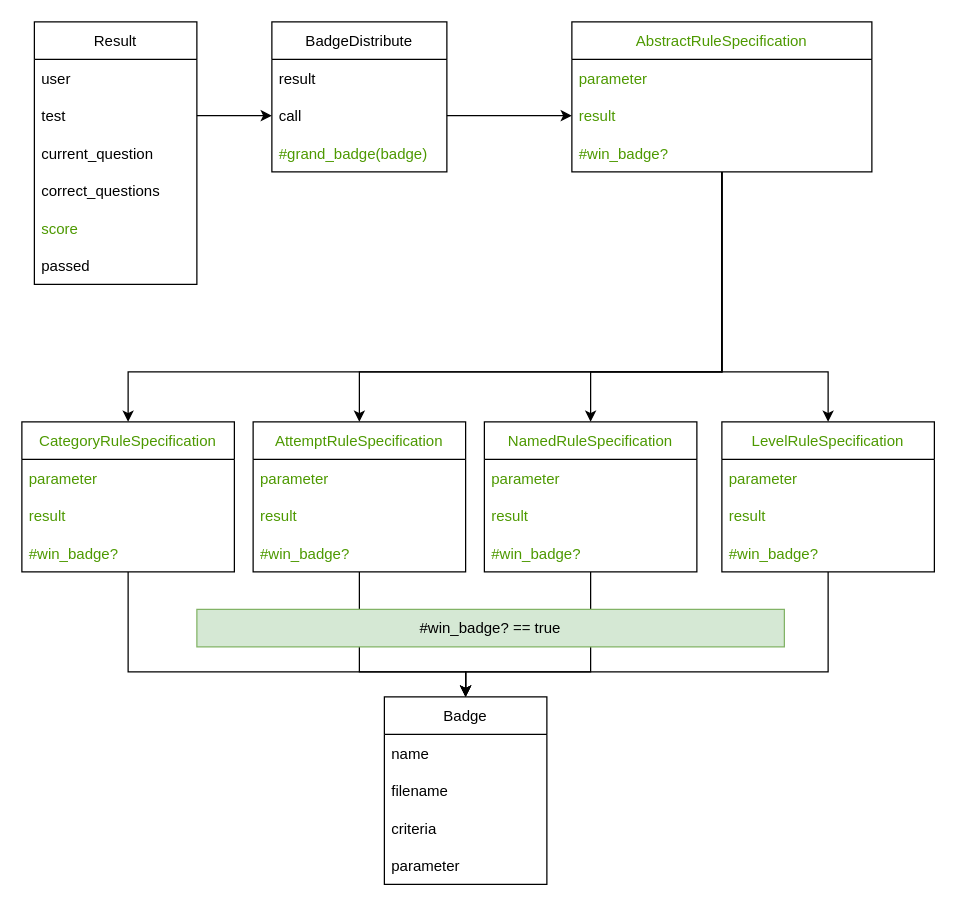
Earlier version of the draw.io diagram Lesson_18.drawio (DaniyarKulmanov/TestGuru-). Source tidied: cells renumbered, new cells numbered last; positions are measured from the earlier drawing's top-left corner, leaving out a move shared by most shapes. Both pictures are drawn from the tidied source at 125%, with x=0, y=0 at pixel (21, 21).
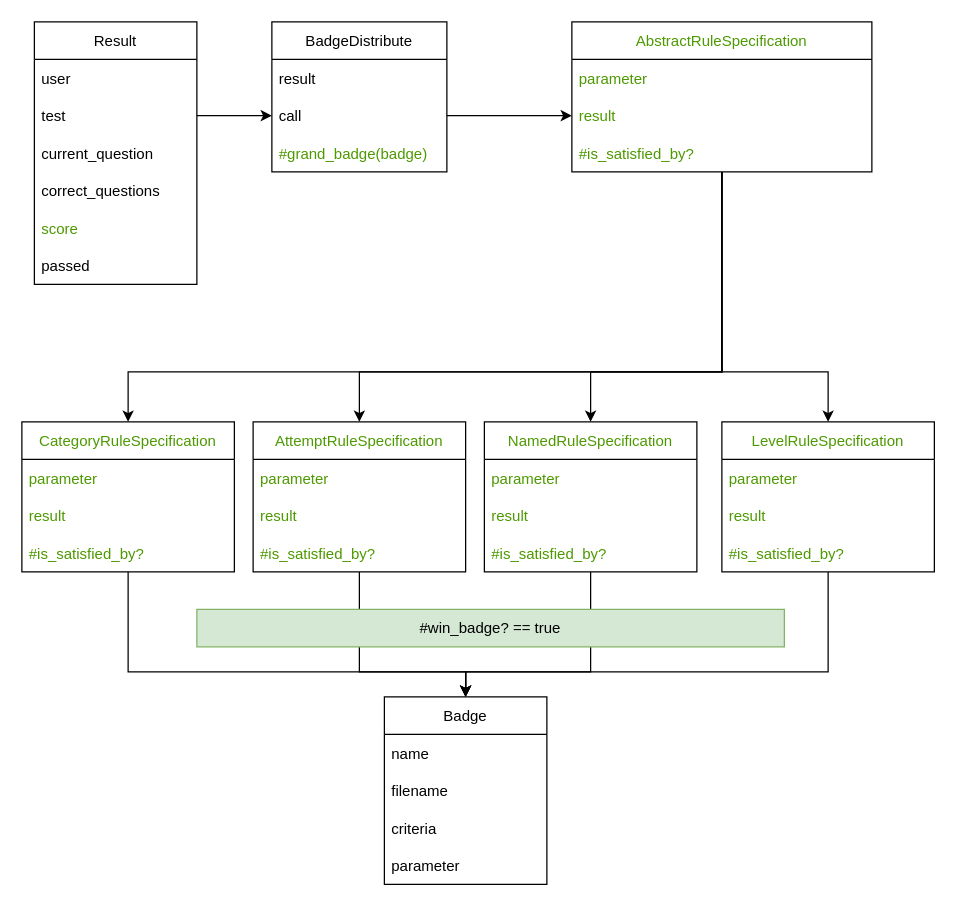
Above is the later version.

Unchanged cells that the change refers to:
```xml
<mxCell id="23" value="AbstractRuleSpecification" style="swimlane;fontStyle=0;horizontal=1;startSize=30;fontColor=#4D9900;" parent="1" vertex="1">
  <mxGeometry x="440" width="240" height="120" as="geometry" />
</mxCell>
<mxCell id="29" value="CategoryRuleSpecification" style="swimlane;fontStyle=0;horizontal=1;startSize=30;fontColor=#4D9900;" parent="1" vertex="1">
  <mxGeometry y="320" width="170" height="120" as="geometry" />
</mxCell>
<mxCell id="34" value="AttemptRuleSpecification" style="swimlane;fontStyle=0;horizontal=1;startSize=30;fontColor=#4D9900;" parent="1" vertex="1">
  <mxGeometry x="185" y="320" width="170" height="120" as="geometry" />
</mxCell>
<mxCell id="39" value="NamedRuleSpecification" style="swimlane;fontStyle=0;horizontal=1;startSize=30;fontColor=#4D9900;" parent="1" vertex="1">
  <mxGeometry x="370" y="320" width="170" height="120" as="geometry" />
</mxCell>
<mxCell id="44" value="LevelRuleSpecification" style="swimlane;fontStyle=0;horizontal=1;startSize=30;fontColor=#4D9900;" parent="1" vertex="1">
  <mxGeometry x="560" y="320" width="170" height="120" as="geometry" />
</mxCell>
```

What changed in the source:
```diff
@@
-    <mxCell id="26" value="#win_badge?" style="text;strokeColor=none;fillColor=none;align=left;verticalAlign=middle;spacingLeft=4;spacingRight=4;overflow=hidden;fontColor=#4D9900;" parent="23" vertex="1">
+    <mxCell id="26" value="#is_satisfied_by?" style="text;strokeColor=none;fillColor=none;align=left;verticalAlign=middle;spacingLeft=4;spacingRight=4;overflow=hidden;fontColor=#4D9900;" parent="23" vertex="1">
       <mxGeometry y="90" width="240" height="30" as="geometry" />
     </mxCell>
@@
-    <mxCell id="32" value="#win_badge?" style="text;strokeColor=none;fillColor=none;align=left;verticalAlign=middle;spacingLeft=4;spacingRight=4;overflow=hidden;fontColor=#4D9900;" parent="29" vertex="1">
+    <mxCell id="32" value="#is_satisfied_by?" style="text;strokeColor=none;fillColor=none;align=left;verticalAlign=middle;spacingLeft=4;spacingRight=4;overflow=hidden;fontColor=#4D9900;" parent="29" vertex="1">
       <mxGeometry y="90" width="170" height="30" as="geometry" />
     </mxCell>
@@
-    <mxCell id="37" value="#win_badge?" style="text;strokeColor=none;fillColor=none;align=left;verticalAlign=middle;spacingLeft=4;spacingRight=4;overflow=hidden;fontColor=#4D9900;" parent="34" vertex="1">
+    <mxCell id="37" value="#is_satisfied_by?" style="text;strokeColor=none;fillColor=none;align=left;verticalAlign=middle;spacingLeft=4;spacingRight=4;overflow=hidden;fontColor=#4D9900;" parent="34" vertex="1">
       <mxGeometry y="90" width="170" height="30" as="geometry" />
     </mxCell>
@@
-    <mxCell id="42" value="#win_badge?" style="text;strokeColor=none;fillColor=none;align=left;verticalAlign=middle;spacingLeft=4;spacingRight=4;overflow=hidden;fontColor=#4D9900;" parent="39" vertex="1">
+    <mxCell id="42" value="#is_satisfied_by?" style="text;strokeColor=none;fillColor=none;align=left;verticalAlign=middle;spacingLeft=4;spacingRight=4;overflow=hidden;fontColor=#4D9900;" parent="39" vertex="1">
       <mxGeometry y="90" width="170" height="30" as="geometry" />
     </mxCell>
@@
-    <mxCell id="47" value="#win_badge?" style="text;strokeColor=none;fillColor=none;align=left;verticalAlign=middle;spacingLeft=4;spacingRight=4;overflow=hidden;fontColor=#4D9900;" parent="44" vertex="1">
+    <mxCell id="47" value="#is_satisfied_by?" style="text;strokeColor=none;fillColor=none;align=left;verticalAlign=middle;spacingLeft=4;spacingRight=4;overflow=hidden;fontColor=#4D9900;" parent="44" vertex="1">
       <mxGeometry y="90" width="170" height="30" as="geometry" />
     </mxCell>
```
